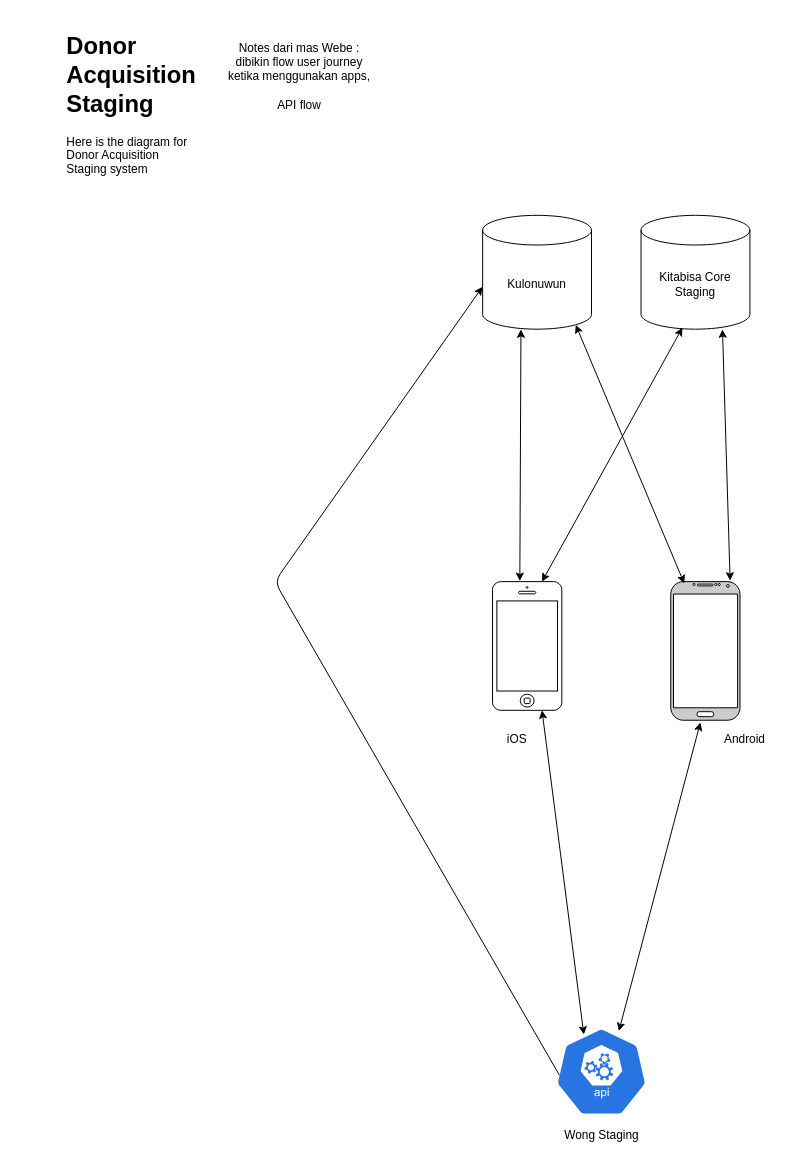
Above: page "BAYU" (3 of 3) of KTBS-DAS-System-Diagram.drawio in WisnuBramantyo/KTBS-Testing (draw.io), before the change. Source tidied: cells renumbered, new cells numbered last; positions are measured from the earlier drawing's top-left corner, leaving out a move shared by most shapes. Both pictures are drawn from the tidied source at 99%, with x=0, y=0 at pixel (61, 17).
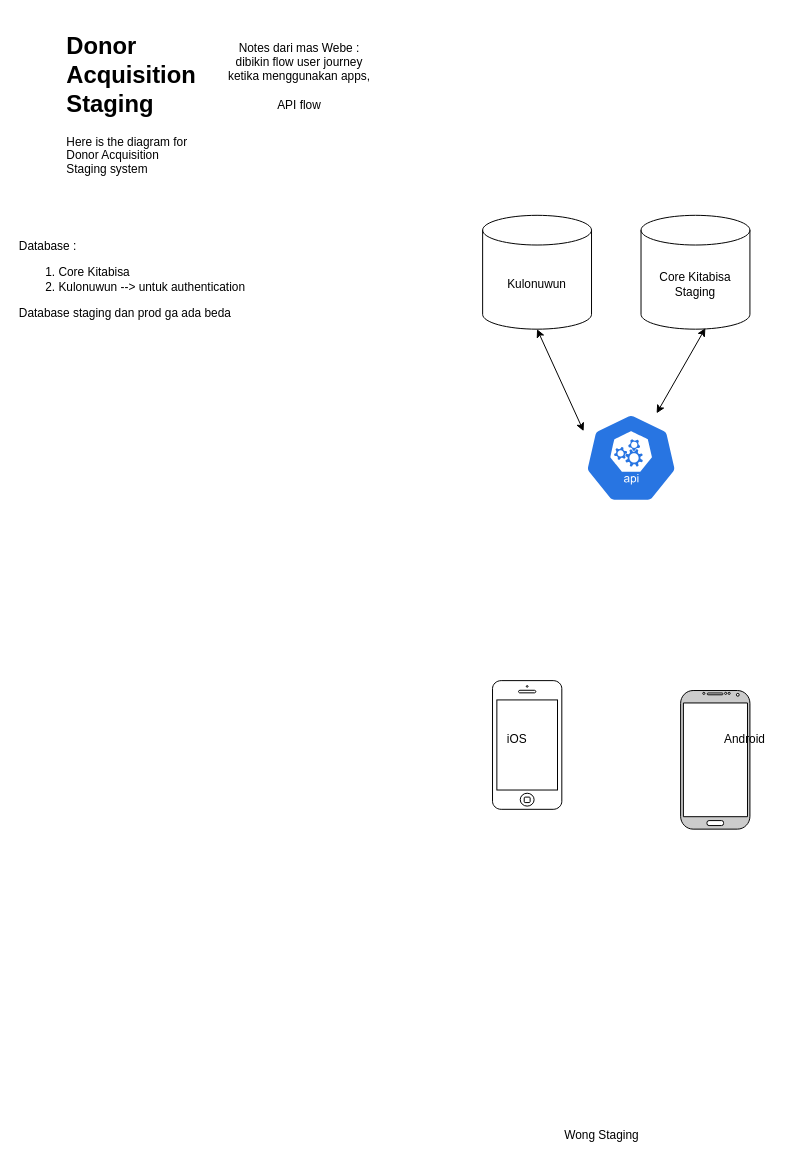
Above is the later version.

The change refers to these unchanged cells:
```xml
<mxCell id="2" value="Kulonuwun" style="shape=cylinder3;whiteSpace=wrap;html=1;boundedLbl=1;backgroundOutline=1;size=15;" parent="1" vertex="1">
  <mxGeometry x="425" y="200" width="110" height="115" as="geometry" />
</mxCell>
```

The edit, as a diff of the source:
```diff
@@
-    <mxCell id="3" value="Kitabisa Core Staging" style="shape=cylinder3;whiteSpace=wrap;html=1;boundedLbl=1;backgroundOutline=1;size=15;" parent="1" vertex="1">
+    <mxCell id="3" value="Core Kitabisa Staging" style="shape=cylinder3;whiteSpace=wrap;html=1;boundedLbl=1;backgroundOutline=1;size=15;" parent="1" vertex="1">
       <mxGeometry x="585" y="200" width="110" height="115" as="geometry" />
     </mxCell>
@@
     <mxCell id="6" style="verticalLabelPosition=bottom;verticalAlign=top;html=1;shadow=0;dashed=0;strokeWidth=1;shape=mxgraph.android.phone2;fillColor=#CCCCCC;" parent="1" vertex="1">
-      <mxGeometry x="615" y="570" width="70" height="140" as="geometry" />
+      <mxGeometry x="625" y="680" width="70" height="140" as="geometry" />
     </mxCell>
     <mxCell id="7" style="html=1;verticalLabelPosition=bottom;labelBackgroundColor=#ffffff;verticalAlign=top;shadow=0;dashed=0;strokeWidth=1;shape=mxgraph.ios7.misc.iphone;fillColor=#FFFFFF;" parent="1" vertex="1">
-      <mxGeometry x="435" y="570" width="70" height="130" as="geometry" />
+      <mxGeometry x="435" y="670" width="70" height="130" as="geometry" />
     </mxCell>
-    <mxCell id="8" style="endArrow=classic;startArrow=classic;html=1;exitX=0.195;exitY=0.013;exitDx=0;exitDy=0;exitPerimeter=0;entryX=0.855;entryY=1;entryDx=0;entryDy=-4.35;entryPerimeter=0;" parent="1" edge="1" source="6" target="2">
-      <mxGeometry relative="1" as="geometry" />
-    </mxCell>
-    <mxCell id="9" style="endArrow=classic;startArrow=classic;html=1;entryX=0.748;entryY=1.002;entryDx=0;entryDy=0;entryPerimeter=0;" parent="1" edge="1" target="3">
-      <mxGeometry relative="1" as="geometry">
-        <mxPoint x="675" y="569" as="sourcePoint" />
-      </mxGeometry>
-    </mxCell>
-    <mxCell id="10" style="endArrow=classic;startArrow=classic;html=1;entryX=0.38;entryY=0.987;entryDx=0;entryDy=0;entryPerimeter=0;" parent="1" edge="1" target="3">
-      <mxGeometry relative="1" as="geometry">
-        <mxPoint x="485" y="570" as="sourcePoint" />
-      </mxGeometry>
-    </mxCell>
-    <mxCell id="11" style="endArrow=classic;startArrow=classic;html=1;entryX=0.352;entryY=1.002;entryDx=0;entryDy=0;entryPerimeter=0;exitX=0.394;exitY=-0.005;exitDx=0;exitDy=0;exitPerimeter=0;" parent="1" edge="1" source="7" target="2">
-      <mxGeometry relative="1" as="geometry" />
-    </mxCell>
@@
+    <mxCell id="15" value="Wong Staging" style="text;html=1;strokeColor=none;fillColor=none;align=center;verticalAlign=middle;whiteSpace=wrap;rounded=0;" parent="1" vertex="1">
+      <mxGeometry x="497.5" y="1120" width="95" height="20" as="geometry" />
+    </mxCell>
     <mxCell id="14" style="html=1;dashed=0;whitespace=wrap;fillColor=#2875E2;strokeColor=#ffffff;points=[[0.005,0.63,0],[0.1,0.2,0],[0.9,0.2,0],[0.5,0,0],[0.995,0.63,0],[0.72,0.99,0],[0.5,1,0],[0.28,0.99,0]];shape=mxgraph.kubernetes.icon;prIcon=api;" parent="1" vertex="1">
-      <mxGeometry x="485" y="1020" width="120" height="90" as="geometry" />
+      <mxGeometry x="515" y="400" width="120" height="90" as="geometry" />
     </mxCell>
-    <mxCell id="15" value="Wong Staging" style="text;html=1;strokeColor=none;fillColor=none;align=center;verticalAlign=middle;whiteSpace=wrap;rounded=0;" parent="1" vertex="1">
-      <mxGeometry x="497.5" y="1120" width="95" height="20" as="geometry" />
-    </mxCell>
-    <mxCell id="16" style="endArrow=classic;startArrow=classic;html=1;strokeColor=#000000;exitX=0.352;exitY=0.084;exitDx=0;exitDy=0;exitPerimeter=0;entryX=0.714;entryY=1;entryDx=0;entryDy=0;entryPerimeter=0;" parent="1" edge="1" source="14" target="7">
-      <mxGeometry relative="1" as="geometry" />
-    </mxCell>
-    <mxCell id="17" style="endArrow=classic;startArrow=classic;html=1;strokeColor=#000000;entryX=0.428;entryY=1.016;entryDx=0;entryDy=0;entryPerimeter=0;exitX=0.647;exitY=0.044;exitDx=0;exitDy=0;exitPerimeter=0;" parent="1" edge="1" source="14" target="6">
-      <mxGeometry relative="1" as="geometry" />
-    </mxCell>
+    <mxCell id="19" value="Database : &lt;br&gt;&lt;ol&gt;&lt;li&gt;Core Kitabisa&amp;nbsp;&lt;/li&gt;&lt;li&gt;&lt;span&gt;Kulonuwun --&amp;gt; untuk authentication&lt;/span&gt;&lt;/li&gt;&lt;/ol&gt;&lt;div&gt;&lt;span&gt;Database staging dan prod ga ada beda&lt;/span&gt;&lt;br&gt;&lt;/div&gt;" style="text;html=1;strokeColor=none;fillColor=none;align=left;verticalAlign=middle;whiteSpace=wrap;rounded=0;" parent="1" vertex="1">
+      <mxGeometry x="-45" y="160" width="380" height="210" as="geometry" />
+    </mxCell>
-    <mxCell id="18" style="endArrow=classic;html=1;strokeColor=#000000;exitX=0.147;exitY=0.541;exitDx=0;exitDy=0;exitPerimeter=0;entryX=-0.001;entryY=0.628;entryDx=0;entryDy=0;entryPerimeter=0;" parent="1" edge="1" source="14" target="2">
-      <mxGeometry relative="1" as="geometry">
-        <Array as="points">
-          <mxPoint x="215" y="570" />
-        </Array>
-      </mxGeometry>
+    <mxCell id="18" style="endArrow=classic;startArrow=classic;html=1;entryX=0.5;entryY=1;entryDx=0;entryDy=0;entryPerimeter=0;exitX=0.1;exitY=0.2;exitDx=0;exitDy=0;exitPerimeter=0;" parent="1" edge="1" source="14" target="2">
+      <mxGeometry relative="1" as="geometry" />
     </mxCell>
+    <mxCell id="20" style="endArrow=classic;startArrow=classic;html=1;entryX=0.591;entryY=0.991;entryDx=0;entryDy=0;entryPerimeter=0;" parent="1" edge="1" source="14" target="3">
+      <mxGeometry relative="1" as="geometry" />
+    </mxCell>
```
